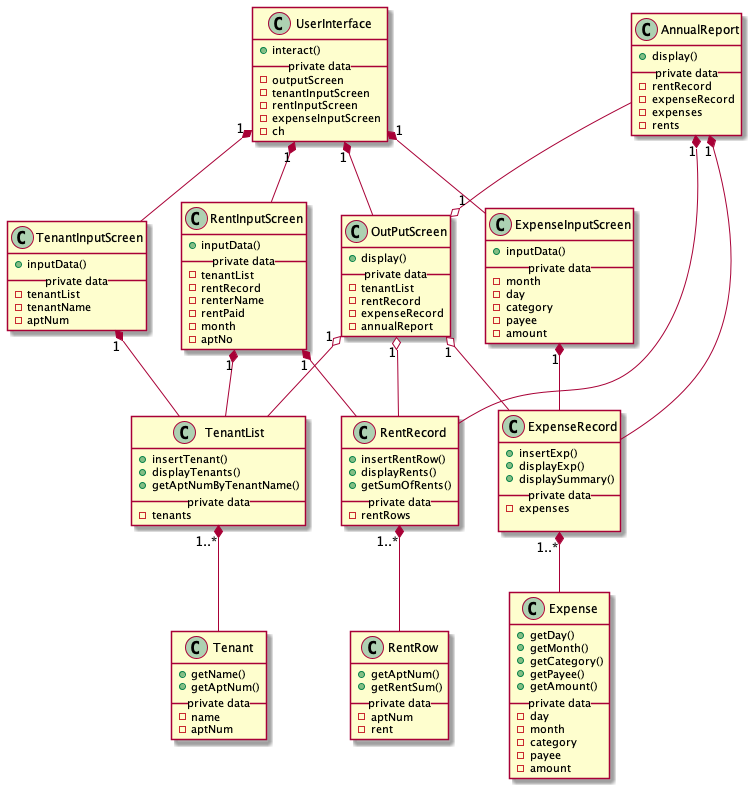
The PlantUML diagram out/activity3/activity3-3/activity3-3.png in ben9543/CECS-343-Capstone-Project, before a commit. The source it was exported from:
```plantuml
@startuml activity3

class Tenant {
    +getName()
    +getAptNum()
    __private data__
    -name
    -aptNum
}
class TenantList {
    +insertTenant()
    +displayTenants()
    +getAptNumByTenantName()
    __private data__
    -tenants
}
class Expense {
    +getDay()
    +getMonth()
    +getCategory()
    +getPayee()
    +getAmount()
    __private data__
    -day
    -month
    -category
    -payee
    -amount
}
class ExpenseRecord {
    +insertExp()
    +displayExp()
    +displaySummary()
    __private data__
    -expenses

}
class RentRow {
    +getAptNum()
    +getRentSum()
    __private data__
    -aptNum
    -rent
}
class RentRecord {
    +insertRentRow()
    +displayRents()
    +getSumOfRents()
    __private data__
    -rentRows
}


class AnnualReport{
    +display()
    __private data__
    -rentRecord
    -expenseRecord
    -expenses
    -rents
}


class TenantInputScreen{
    +inputData()
    __private data__
    -tenantList
    -tenantName
    -aptNum
}
class RentInputScreen{
    +inputData()
    __private data__
    -tenantList
    -rentRecord
    -renterName
    -rentPaid
    -month
    -aptNo
}
class ExpenseInputScreen{
    +inputData()
    __private data__
    -month
    -day
    -category
    -payee
    -amount
}

class OutPutScreen{
    +display()
    __private data__
    -tenantList
    -rentRecord
    -expenseRecord
    -annualReport
}

class UserInterface{
    +interact()
    __private data__
    -outputScreen
    -tenantInputScreen
    -rentInputScreen
    -expenseInputScreen
    -ch
}

TenantInputScreen "1" *-- TenantList
RentInputScreen "1" *-- TenantList
RentInputScreen "1" *-- RentRecord
ExpenseInputScreen "1" *-- ExpenseRecord



TenantList "1..*" *-- Tenant
RentRecord "1..*" *-- RentRow
ExpenseRecord "1..*" *-- Expense

OutPutScreen "1" o-- RentRecord
OutPutScreen "1" o-- TenantList
OutPutScreen "1" o-- ExpenseRecord
OutPutScreen "1" o-up- AnnualReport


ExpenseRecord --* "1" AnnualReport
RentRecord --* "1" AnnualReport

UserInterface "1" *-- OutPutScreen
UserInterface "1" *-- TenantInputScreen
UserInterface "1" *-- RentInputScreen
UserInterface "1" *-- ExpenseInputScreen

@enduml
```
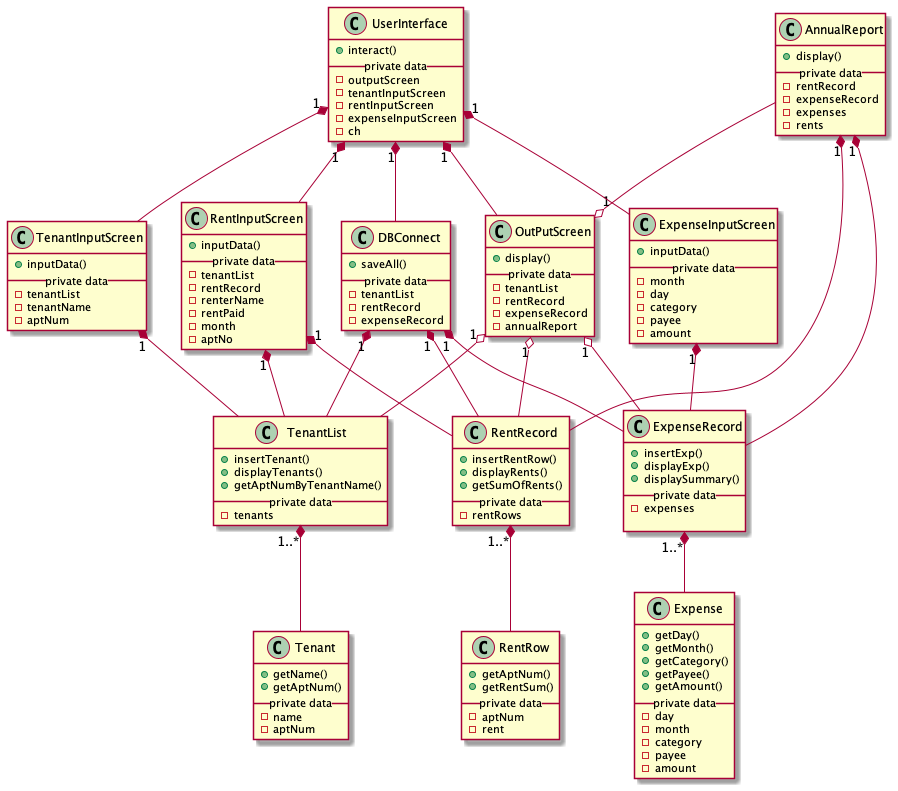
Later version of the same file.

Diff of the diagram source:
```diff
@@ -97,6 +97,14 @@
     -annualReport
 }
 
+class DBConnect{
+    +saveAll()
+    __private data__
+    -tenantList
+    -rentRecord
+    -expenseRecord
+}
+
 class UserInterface{
     +interact()
     __private data__
@@ -118,6 +126,10 @@
 RentRecord "1..*" *-- RentRow
 ExpenseRecord "1..*" *-- Expense
 
+DBConnect "1" *-- TenantList
+DBConnect "1" *-- RentRecord
+DBConnect "1" *-- ExpenseRecord
+
 OutPutScreen "1" o-- RentRecord
 OutPutScreen "1" o-- TenantList
 OutPutScreen "1" o-- ExpenseRecord
@@ -131,5 +143,6 @@
 UserInterface "1" *-- TenantInputScreen
 UserInterface "1" *-- RentInputScreen
 UserInterface "1" *-- ExpenseInputScreen
+UserInterface "1" *-right- DBConnect
 
 @enduml
```
